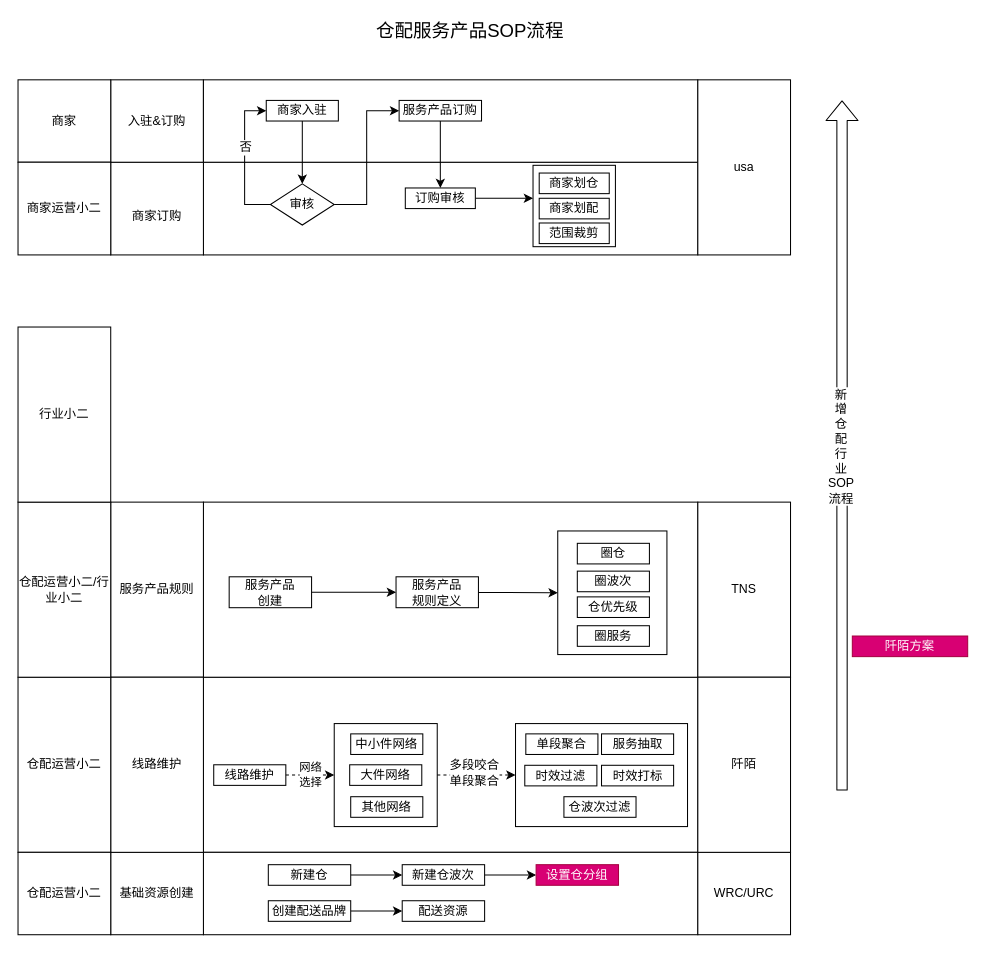
Above: 改良后的仓配链路图.drawio in shaonianwu/cainiao (draw.io), before the change. Source tidied: cells renumbered, new cells numbered last; positions are measured from the earlier drawing's top-left corner, leaving out a move shared by most shapes. Both pictures are drawn from the tidied source at 103%, with x=0, y=0 at pixel (18, 18).
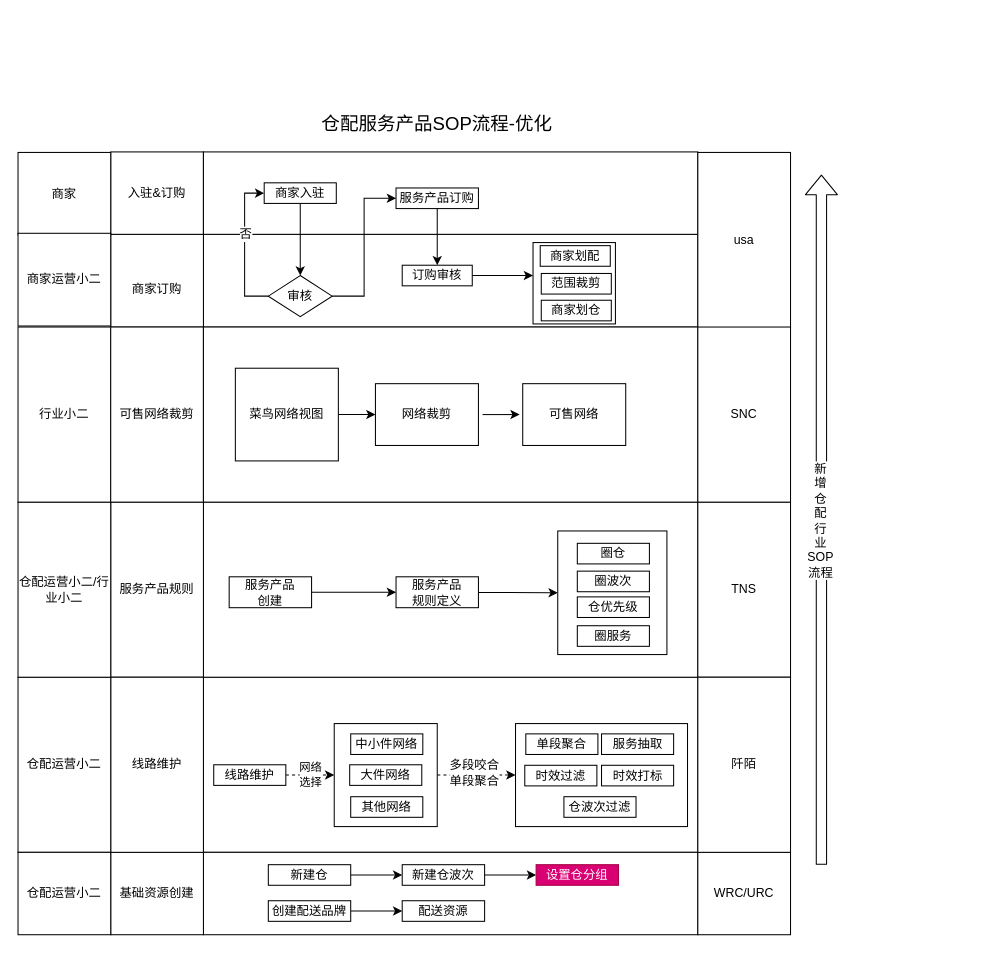
After the change.

Commit message (it also covers changes not shown here):
Update 改良后的仓配链路图.drawio

Diff of the diagram source:
```diff
@@
     <mxCell id="2" style="rounded=0;whiteSpace=wrap;html=1;" parent="1" vertex="1">
-      <mxGeometry x="180" y="140" width="480" height="90" as="geometry" />
+      <mxGeometry x="180" y="210" width="480" height="90" as="geometry" />
     </mxCell>
     <mxCell id="3" style="rounded=0;whiteSpace=wrap;html=1;" parent="1" vertex="1">
-      <mxGeometry x="500" y="143" width="80" height="79" as="geometry" />
+      <mxGeometry x="500" y="218" width="80" height="79" as="geometry" />
     </mxCell>
@@
-    <mxCell id="36" value="阡陌方案" style="rounded=0;whiteSpace=wrap;html=1;fillColor=#d80073;strokeColor=#A50040;fontColor=#ffffff;" parent="1" vertex="1">
-      <mxGeometry x="810" y="600" width="112" height="20" as="geometry" />
-    </mxCell>
@@
     <mxCell id="38" value="&lt;br&gt;商家订购" style="rounded=0;whiteSpace=wrap;html=1;" parent="1" vertex="1">
-      <mxGeometry x="90" y="140" width="90" height="90" as="geometry" />
+      <mxGeometry x="90" y="210" width="90" height="90" as="geometry" />
     </mxCell>
     <mxCell id="39" value="入驻&amp;amp;订购" style="rounded=0;whiteSpace=wrap;html=1;" parent="1" vertex="1">
-      <mxGeometry x="90" y="60" width="90" height="80" as="geometry" />
+      <mxGeometry x="90" y="130" width="90" height="80" as="geometry" />
     </mxCell>
     <mxCell id="40" style="rounded=0;whiteSpace=wrap;html=1;" parent="1" vertex="1">
-      <mxGeometry x="180" y="60" width="480" height="80" as="geometry" />
+      <mxGeometry x="180" y="130" width="480" height="80" as="geometry" />
     </mxCell>
@@
     <mxCell id="42" value="商家入驻" style="rounded=0;whiteSpace=wrap;html=1;" parent="1" vertex="1">
-      <mxGeometry x="241" y="80" width="70" height="20" as="geometry" />
+      <mxGeometry x="239" y="160" width="70" height="20" as="geometry" />
     </mxCell>
     <mxCell id="43" style="edgeStyle=orthogonalEdgeStyle;rounded=0;jettySize=auto;html=1;startArrow=none;startFill=0;entryX=0;entryY=0.5;entryDx=0;entryDy=0;exitX=0;exitY=0.5;exitDx=0;exitDy=0;" parent="1" edge="1" source="46" target="42">
       <mxGeometry relative="1" as="geometry">
         <Array as="points">
-          <mxPoint x="220" y="181" />
-          <mxPoint x="220" y="90" />
+          <mxPoint x="220" y="270" />
+          <mxPoint x="220" y="170" />
         </Array>
       </mxGeometry>
     </mxCell>
@@
     <mxCell id="46" value="审核" style="rhombus;whiteSpace=wrap;html=1;" parent="1" vertex="1">
-      <mxGeometry x="245" y="161" width="62" height="40" as="geometry" />
+      <mxGeometry x="243" y="250" width="62" height="40" as="geometry" />
     </mxCell>
@@
     <mxCell id="48" value="服务产品订购" style="rounded=0;whiteSpace=wrap;html=1;" parent="1" vertex="1">
-      <mxGeometry x="370" y="80" width="80" height="20" as="geometry" />
+      <mxGeometry x="367" y="165" width="80" height="20" as="geometry" />
     </mxCell>
@@
     <mxCell id="50" value="订购审核" style="rounded=0;whiteSpace=wrap;html=1;" parent="1" vertex="1">
-      <mxGeometry x="376" y="165" width="68" height="20" as="geometry" />
+      <mxGeometry x="373" y="240" width="68" height="20" as="geometry" />
     </mxCell>
     <mxCell id="51" value="商家划仓" style="rounded=0;whiteSpace=wrap;html=1;" parent="1" vertex="1">
-      <mxGeometry x="506" y="150.5" width="68" height="20" as="geometry" />
+      <mxGeometry x="508" y="274" width="68" height="20" as="geometry" />
     </mxCell>
     <mxCell id="52" value="商家划配" style="rounded=0;whiteSpace=wrap;html=1;" parent="1" vertex="1">
-      <mxGeometry x="506" y="175" width="68" height="20" as="geometry" />
+      <mxGeometry x="507" y="221" width="68" height="20" as="geometry" />
     </mxCell>
     <mxCell id="53" value="范围裁剪" style="rounded=0;whiteSpace=wrap;html=1;" parent="1" vertex="1">
-      <mxGeometry x="506" y="199" width="68" height="20" as="geometry" />
+      <mxGeometry x="508" y="248" width="68" height="20" as="geometry" />
     </mxCell>
     <mxCell id="54" value="usa" style="rounded=0;whiteSpace=wrap;html=1;" parent="1" vertex="1">
-      <mxGeometry x="660" y="60" width="90" height="170" as="geometry" />
+      <mxGeometry x="660" y="130.5" width="90" height="170" as="geometry" />
     </mxCell>
     <mxCell id="55" style="shape=flexArrow;endArrow=classic;html=1;" parent="1" edge="1">
       <mxGeometry relative="1" as="geometry">
-        <mxPoint x="800" y="750" as="sourcePoint" />
-        <mxPoint x="800" y="80" as="targetPoint" />
+        <mxPoint x="780" y="822" as="sourcePoint" />
+        <mxPoint x="780" y="152" as="targetPoint" />
       </mxGeometry>
     </mxCell>
@@
-    <mxCell id="57" value="&lt;font style=&quot;font-size: 18px&quot;&gt;仓配服务产品SOP流程&lt;/font&gt;" style="text;html=1;align=left;verticalAlign=top;spacingTop=-4;" parent="1" vertex="1">
-      <mxGeometry x="346" width="200" height="20" as="geometry" />
+    <mxCell id="57" value="&lt;font style=&quot;font-size: 18px&quot;&gt;仓配服务产品SOP流程-优化&lt;/font&gt;" style="text;html=1;align=left;verticalAlign=top;spacingTop=-4;" parent="1" vertex="1">
+      <mxGeometry x="293" y="90" width="240" height="20" as="geometry" />
     </mxCell>
     <mxCell id="58" value="商家" style="rounded=0;whiteSpace=wrap;html=1;" parent="1" vertex="1">
-      <mxGeometry y="60" width="90" height="80" as="geometry" />
+      <mxGeometry y="130.5" width="90" height="80" as="geometry" />
     </mxCell>
     <mxCell id="59" value="商家运营小二&lt;br&gt;" style="rounded=0;whiteSpace=wrap;html=1;" parent="1" vertex="1">
-      <mxGeometry y="140" width="90" height="90" as="geometry" />
+      <mxGeometry y="209" width="90" height="90" as="geometry" />
     </mxCell>
@@
+    <mxCell id="71" value="可售网络裁剪" style="rounded=0;whiteSpace=wrap;html=1;" parent="1" vertex="1">
+      <mxGeometry x="90" y="300" width="90" height="170" as="geometry" />
+    </mxCell>
+    <mxCell id="72" style="rounded=0;whiteSpace=wrap;html=1;" parent="1" vertex="1">
+      <mxGeometry x="180" y="300" width="480" height="170" as="geometry" />
+    </mxCell>
+    <mxCell id="73" style="edgeStyle=orthogonalEdgeStyle;rounded=0;jettySize=auto;html=1;" parent="1" edge="1" source="74" target="75">
+      <mxGeometry relative="1" as="geometry" />
+    </mxCell>
+    <mxCell id="74" value="菜鸟网络视图" style="rounded=0;whiteSpace=wrap;html=1;" parent="1" vertex="1">
+      <mxGeometry x="211" y="340" width="100" height="90" as="geometry" />
+    </mxCell>
+    <mxCell id="75" value="网络裁剪" style="rounded=0;whiteSpace=wrap;html=1;" parent="1" vertex="1">
+      <mxGeometry x="347" y="355" width="100" height="60" as="geometry" />
+    </mxCell>
+    <mxCell id="76" value="可售网络" style="rounded=0;whiteSpace=wrap;html=1;" parent="1" vertex="1">
+      <mxGeometry x="490" y="355" width="100" height="60" as="geometry" />
+    </mxCell>
+    <mxCell id="77" style="edgeStyle=orthogonalEdgeStyle;rounded=0;orthogonalLoop=1;jettySize=auto;html=1;" parent="1" edge="1">
+      <mxGeometry relative="1" as="geometry">
+        <mxPoint x="451" y="385" as="sourcePoint" />
+        <mxPoint x="487" y="385" as="targetPoint" />
+        <Array as="points">
+          <mxPoint x="477" y="385" />
+          <mxPoint x="477" y="385" />
+        </Array>
+      </mxGeometry>
+    </mxCell>
+    <mxCell id="78" value="SNC" style="rounded=0;whiteSpace=wrap;html=1;" parent="1" vertex="1">
+      <mxGeometry x="660" y="300" width="90" height="170" as="geometry" />
+    </mxCell>
```
